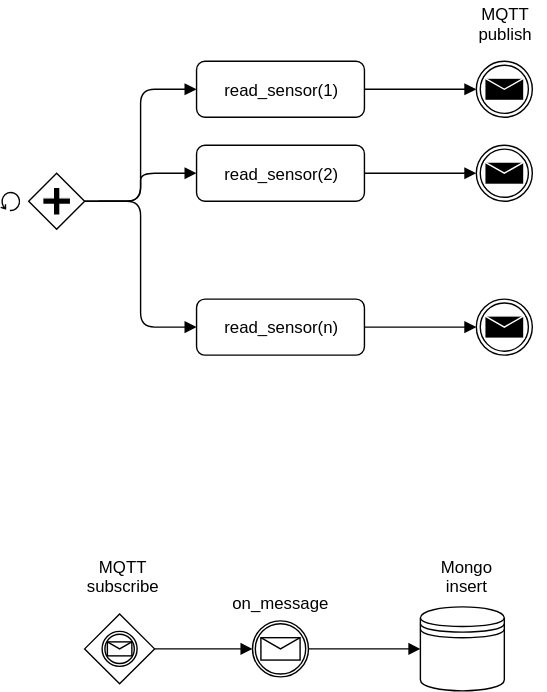
Earlier version of the draw.io export mqtt_recv_message.svg (pfoof/ABP_TempHum). Source tidied: cells renumbered, new cells last; positions are measured from the earlier drawing's top-left corner, leaving out a move shared by most shapes.
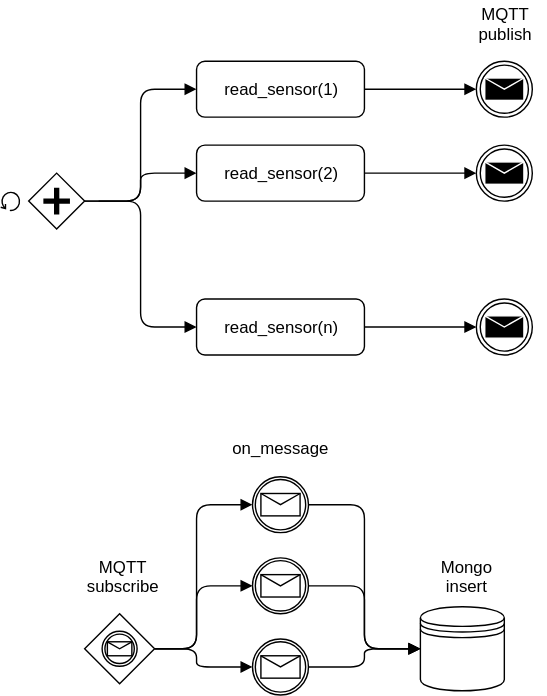
The same file after the commit.

What changed in the source:
```diff
@@ -74,13 +74,18 @@
       <mxGeometry y="136" width="14" height="14" as="geometry" />
     </mxCell>
     <mxCell id="17" style="shape=mxgraph.bpmn.shape;html=1;verticalLabelPosition=bottom;labelBackgroundColor=#ffffff;verticalAlign=top;align=center;perimeter=ellipsePerimeter;outlineConnect=0;outline=catching;symbol=message;" parent="1" vertex="1">
-      <mxGeometry x="180" y="443" width="40" height="40" as="geometry" />
+      <mxGeometry x="180" y="340" width="40" height="40" as="geometry" />
     </mxCell>
     <mxCell id="18" style="shape=mxgraph.bpmn.shape;html=1;verticalLabelPosition=bottom;labelBackgroundColor=#ffffff;verticalAlign=top;align=center;perimeter=rhombusPerimeter;background=gateway;outlineConnect=0;outline=catching;symbol=message;" parent="1" vertex="1">
       <mxGeometry x="60" y="438" width="50" height="50" as="geometry" />
     </mxCell>
     <mxCell id="19" style="endArrow=block;endFill=1;endSize=6;html=1;exitX=1;exitY=0.5;exitDx=0;exitDy=0;entryX=0;entryY=0.5;entryDx=0;entryDy=0;" parent="1" edge="1" source="18" target="17">
-      <mxGeometry relative="1" as="geometry" />
+      <mxGeometry relative="1" as="geometry">
+        <Array as="points">
+          <mxPoint x="140" y="463" />
+          <mxPoint x="140" y="360" />
+        </Array>
+      </mxGeometry>
     </mxCell>
     <mxCell id="20" value="&lt;div align=&quot;center&quot;&gt;MQTT&lt;br&gt;subscribe&lt;br&gt;&lt;/div&gt;" style="text;html=1;align=left;verticalAlign=top;spacingTop=-4;" parent="1" vertex="1">
       <mxGeometry x="60" y="395" width="70" height="30" as="geometry" />
@@ -89,13 +94,56 @@
       <mxGeometry x="300" y="433" width="60" height="60" as="geometry" />
     </mxCell>
     <mxCell id="22" style="endArrow=block;endFill=1;endSize=6;html=1;exitX=1;exitY=0.5;exitDx=0;exitDy=0;entryX=0;entryY=0.5;entryDx=0;entryDy=0;" parent="1" edge="1" source="17" target="21">
-      <mxGeometry relative="1" as="geometry" />
+      <mxGeometry relative="1" as="geometry">
+        <Array as="points">
+          <mxPoint x="260" y="360" />
+          <mxPoint x="260" y="463" />
+        </Array>
+      </mxGeometry>
     </mxCell>
     <mxCell id="23" value="&lt;div align=&quot;center&quot;&gt;Mongo&lt;br&gt;insert&lt;br&gt;&lt;/div&gt;" style="text;html=1;align=left;verticalAlign=top;spacingTop=-4;" parent="1" vertex="1">
       <mxGeometry x="313" y="395" width="50" height="30" as="geometry" />
     </mxCell>
     <mxCell id="24" value="on_message&lt;br&gt;" style="text;html=1;align=left;verticalAlign=top;spacingTop=-4;" parent="1" vertex="1">
-      <mxGeometry x="164" y="421" width="80" height="20" as="geometry" />
+      <mxGeometry x="164" y="310" width="80" height="20" as="geometry" />
     </mxCell>
+    <mxCell id="25" style="shape=mxgraph.bpmn.shape;html=1;verticalLabelPosition=bottom;labelBackgroundColor=#ffffff;verticalAlign=top;align=center;perimeter=ellipsePerimeter;outlineConnect=0;outline=catching;symbol=message;" parent="1" vertex="1">
+      <mxGeometry x="180" y="398" width="40" height="40" as="geometry" />
+    </mxCell>
+    <mxCell id="26" style="shape=mxgraph.bpmn.shape;html=1;verticalLabelPosition=bottom;labelBackgroundColor=#ffffff;verticalAlign=top;align=center;perimeter=ellipsePerimeter;outlineConnect=0;outline=catching;symbol=message;" parent="1" vertex="1">
+      <mxGeometry x="180" y="456" width="40" height="40" as="geometry" />
+    </mxCell>
+    <mxCell id="27" style="endArrow=block;endFill=1;endSize=6;html=1;exitX=1;exitY=0.5;exitDx=0;exitDy=0;entryX=0;entryY=0.5;entryDx=0;entryDy=0;" parent="1" edge="1" source="18" target="25">
+      <mxGeometry relative="1" as="geometry">
+        <Array as="points">
+          <mxPoint x="140" y="463" />
+          <mxPoint x="140" y="418" />
+        </Array>
+      </mxGeometry>
+    </mxCell>
+    <mxCell id="28" style="endArrow=block;endFill=1;endSize=6;html=1;exitX=1;exitY=0.5;exitDx=0;exitDy=0;entryX=0;entryY=0.5;entryDx=0;entryDy=0;" parent="1" edge="1" source="18" target="26">
+      <mxGeometry relative="1" as="geometry">
+        <Array as="points">
+          <mxPoint x="140" y="463" />
+          <mxPoint x="140" y="476" />
+        </Array>
+      </mxGeometry>
+    </mxCell>
+    <mxCell id="29" style="endArrow=block;endFill=1;endSize=6;html=1;exitX=1;exitY=0.5;exitDx=0;exitDy=0;entryX=0;entryY=0.5;entryDx=0;entryDy=0;" parent="1" edge="1" source="25" target="21">
+      <mxGeometry relative="1" as="geometry">
+        <Array as="points">
+          <mxPoint x="260" y="418" />
+          <mxPoint x="260" y="463" />
+        </Array>
+      </mxGeometry>
+    </mxCell>
+    <mxCell id="30" style="endArrow=block;endFill=1;endSize=6;html=1;exitX=1;exitY=0.5;exitDx=0;exitDy=0;entryX=0;entryY=0.5;entryDx=0;entryDy=0;" parent="1" edge="1" source="26" target="21">
+      <mxGeometry relative="1" as="geometry">
+        <Array as="points">
+          <mxPoint x="260" y="476" />
+          <mxPoint x="260" y="463" />
+        </Array>
+      </mxGeometry>
+    </mxCell>
   </root>
 </mxGraphModel>
```
